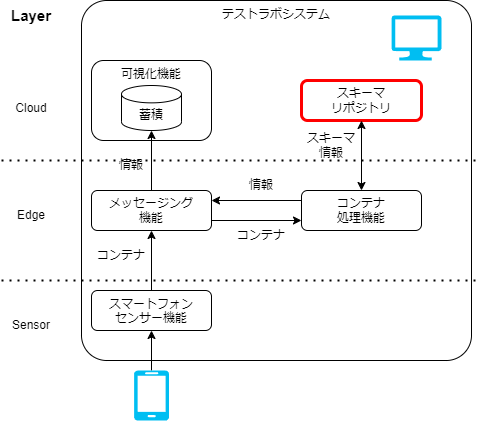
The draw.io diagram docs/testlab_system/environment/overview_target6.drawio.png in data-container-for-wearable-sensor/StartGuide, before a commit. Source tidied: cells renumbered, new cells last; positions are measured from the earlier drawing's top-left corner, leaving out a move shared by most shapes.
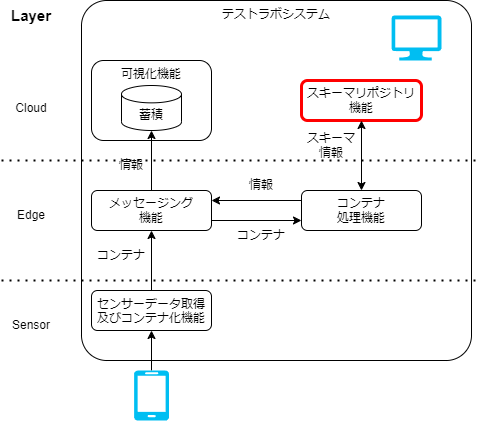
After the commit.

The edit, as a diff of the source:
```diff
@@ -8,7 +8,7 @@
     <mxCell id="3" style="edgeStyle=none;html=1;" parent="1" edge="1" source="4" target="6">
       <mxGeometry relative="1" as="geometry" />
     </mxCell>
-    <mxCell id="4" value="&lt;span style=&quot;border-color: var(--border-color);&quot;&gt;スマートフォン&lt;/span&gt;&lt;br style=&quot;border-color: var(--border-color);&quot;&gt;&lt;span style=&quot;border-color: var(--border-color);&quot;&gt;センサー機能&lt;/span&gt;" style="rounded=1;whiteSpace=wrap;html=1;fillColor=none;verticalAlign=top;" parent="1" vertex="1">
+    <mxCell id="4" value="センサーデータ取得及びコンテナ化機能" style="rounded=1;whiteSpace=wrap;html=1;fillColor=none;verticalAlign=top;" parent="1" vertex="1">
       <mxGeometry x="90" y="290" width="120" height="40" as="geometry" />
     </mxCell>
     <mxCell id="5" style="edgeStyle=none;html=1;" parent="1" edge="1" source="6" target="13">
@@ -32,7 +32,7 @@
     <mxCell id="11" style="endArrow=classic;html=1;exitX=0;exitY=0.25;exitDx=0;exitDy=0;entryX=1;entryY=0.25;entryDx=0;entryDy=0;" parent="1" edge="1" source="7" target="6">
       <mxGeometry relative="1" as="geometry" />
     </mxCell>
-    <mxCell id="12" value="スキーマ&lt;br&gt;リポジトリ" style="rounded=1;whiteSpace=wrap;html=1;fillColor=none;strokeColor=#FF0000;strokeWidth=3;" parent="1" vertex="1">
+    <mxCell id="12" value="スキーマリポジトリ&lt;br style=&quot;border-color: var(--border-color);&quot;&gt;機能" style="rounded=1;whiteSpace=wrap;html=1;fillColor=none;strokeColor=#FF0000;strokeWidth=3;" parent="1" vertex="1">
       <mxGeometry x="300" y="80" width="120" height="40" as="geometry" />
     </mxCell>
     <mxCell id="13" value="蓄積" style="shape=cylinder3;whiteSpace=wrap;html=1;boundedLbl=1;backgroundOutline=1;size=8.676963806152344;" parent="1" vertex="1">
```
